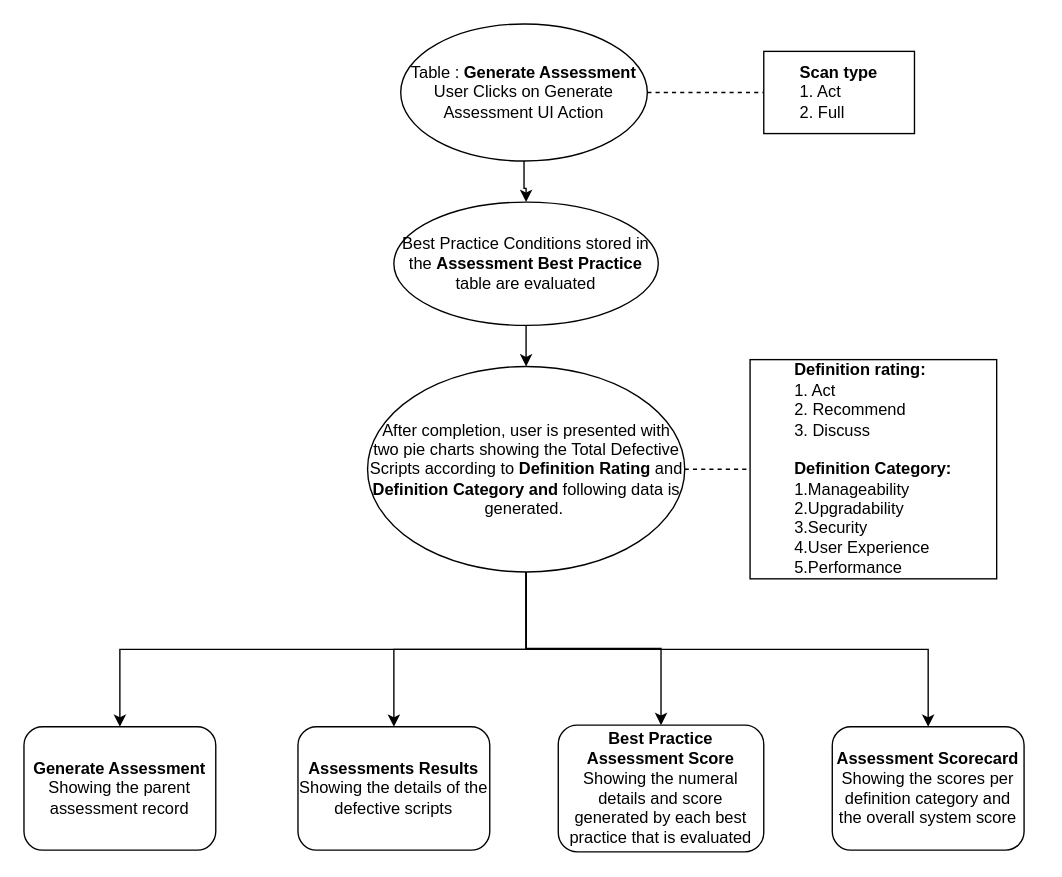
This is Untitled Diagram.drawio from sunjyot1993/CoDetox, a draw.io file, before an edit. Source tidied: cells renumbered, new cells numbered last; positions are measured from the earlier drawing's top-left corner, leaving out a move shared by most shapes. Both pictures are drawn from the tidied source at 137%, with x=0, y=0 at pixel (23, 23).
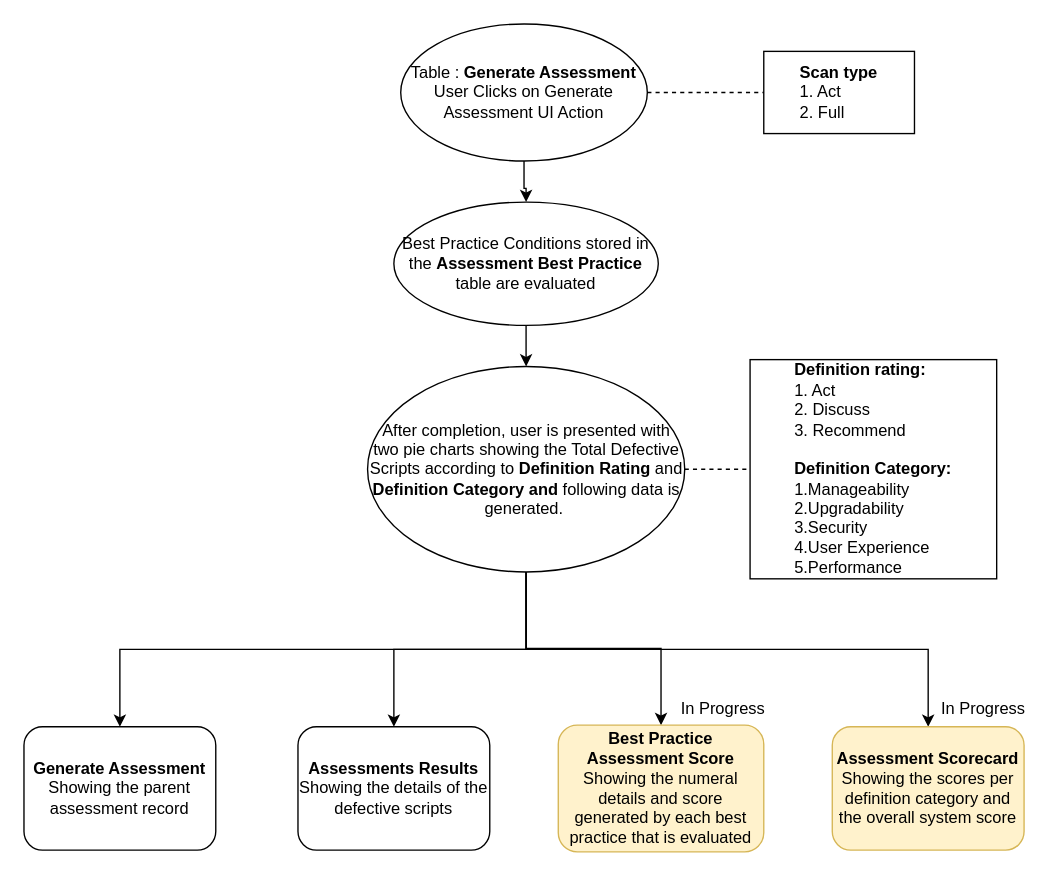
After the change.

Diff of the diagram source:
```diff
@@
-    <mxCell id="13" value="&lt;b&gt;Best Practice Assessment Score&lt;/b&gt;&lt;br&gt;Showing the numeral details and score generated by each best practice that is evaluated" style="rounded=1;whiteSpace=wrap;html=1;" parent="1" vertex="1">
+    <mxCell id="13" value="&lt;b&gt;Best Practice Assessment Score&lt;/b&gt;&lt;br&gt;Showing the numeral details and score generated by each best practice that is evaluated" style="rounded=1;whiteSpace=wrap;html=1;fillColor=#fff2cc;strokeColor=#d6b656;" parent="1" vertex="1">
       <mxGeometry x="390" y="511.8" width="150" height="92.5" as="geometry" />
     </mxCell>
-    <mxCell id="14" value="&lt;b&gt;Assessment Scorecard&lt;/b&gt;&lt;br&gt;Showing the scores per definition category and the overall system score" style="rounded=1;whiteSpace=wrap;html=1;" parent="1" vertex="1">
+    <mxCell id="14" value="&lt;b&gt;Assessment Scorecard&lt;/b&gt;&lt;br&gt;Showing the scores per definition category and the overall system score" style="rounded=1;whiteSpace=wrap;html=1;fillColor=#fff2cc;strokeColor=#d6b656;" parent="1" vertex="1">
       <mxGeometry x="590" y="513" width="140" height="90" as="geometry" />
     </mxCell>
@@
-    <mxCell id="17" value="&lt;div style=&quot;text-align: left&quot;&gt;&lt;b&gt;Definition rating:&lt;/b&gt;&lt;/div&gt;&lt;div style=&quot;text-align: left&quot;&gt;&lt;span&gt;1. Act&lt;/span&gt;&lt;/div&gt;&lt;div style=&quot;text-align: left&quot;&gt;&lt;span&gt;2. Recommend&lt;/span&gt;&lt;/div&gt;&lt;div style=&quot;text-align: left&quot;&gt;&lt;span&gt;3. Discuss&lt;/span&gt;&lt;/div&gt;&lt;div style=&quot;text-align: left&quot;&gt;&lt;span&gt;&lt;br&gt;&lt;/span&gt;&lt;/div&gt;&lt;div style=&quot;text-align: left&quot;&gt;&lt;b&gt;&lt;span&gt;Definition&amp;nbsp;&lt;/span&gt;&lt;span&gt;Category:&lt;/span&gt;&lt;/b&gt;&lt;/div&gt;&lt;div style=&quot;text-align: left&quot;&gt;1.Manageability&lt;/div&gt;&lt;div style=&quot;text-align: left&quot;&gt;2.Upgradability&lt;br&gt;3.Security&lt;/div&gt;&lt;div style=&quot;text-align: left&quot;&gt;4.User Experience&lt;/div&gt;&lt;div style=&quot;text-align: left&quot;&gt;5.Performance&lt;/div&gt;" style="rounded=0;whiteSpace=wrap;html=1;" parent="1" vertex="1">
+    <mxCell id="17" value="&lt;div style=&quot;text-align: left&quot;&gt;&lt;b&gt;Definition rating:&lt;/b&gt;&lt;/div&gt;&lt;div style=&quot;text-align: left&quot;&gt;&lt;span&gt;1. Act&lt;/span&gt;&lt;/div&gt;&lt;div style=&quot;text-align: left&quot;&gt;&lt;span&gt;2. Discuss&lt;/span&gt;&lt;/div&gt;&lt;div style=&quot;text-align: left&quot;&gt;&lt;span&gt;3. Recommend&lt;/span&gt;&lt;/div&gt;&lt;div style=&quot;text-align: left&quot;&gt;&lt;span&gt;&lt;br&gt;&lt;/span&gt;&lt;/div&gt;&lt;div style=&quot;text-align: left&quot;&gt;&lt;b&gt;&lt;span&gt;Definition&amp;nbsp;&lt;/span&gt;&lt;span&gt;Category:&lt;/span&gt;&lt;/b&gt;&lt;/div&gt;&lt;div style=&quot;text-align: left&quot;&gt;1.Manageability&lt;/div&gt;&lt;div style=&quot;text-align: left&quot;&gt;2.Upgradability&lt;br&gt;3.Security&lt;/div&gt;&lt;div style=&quot;text-align: left&quot;&gt;4.User Experience&lt;/div&gt;&lt;div style=&quot;text-align: left&quot;&gt;5.Performance&lt;/div&gt;" style="rounded=0;whiteSpace=wrap;html=1;" parent="1" vertex="1">
       <mxGeometry x="530" y="245" width="180" height="160" as="geometry" />
     </mxCell>
@@
+    <mxCell id="19" value="In Progress" style="text;html=1;align=center;verticalAlign=middle;" parent="1" vertex="1">
+      <mxGeometry x="470" y="490" width="80" height="20" as="geometry" />
+    </mxCell>
+    <mxCell id="20" value="In Progress" style="text;html=1;align=center;verticalAlign=middle;" parent="1" vertex="1">
+      <mxGeometry x="660" y="490" width="80" height="20" as="geometry" />
+    </mxCell>
```
